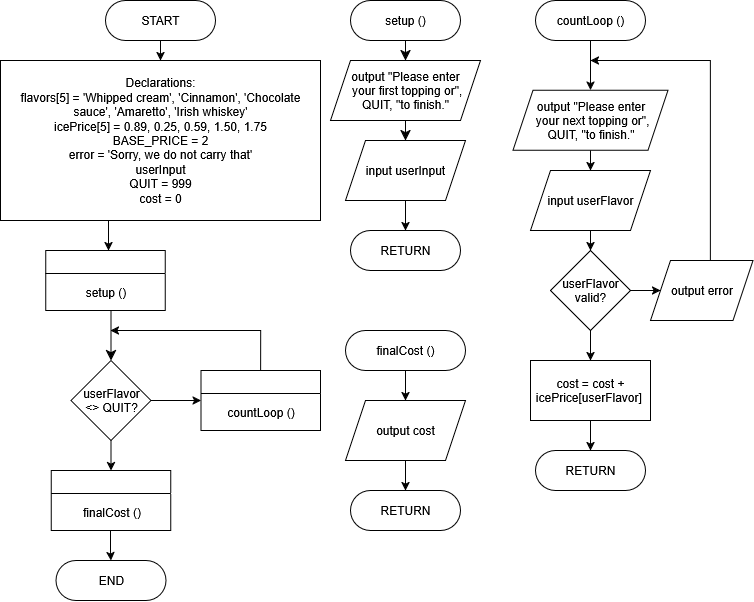
This is Module 7 - Arrays Exercise 2 - Connor Bowles.drawio.png from CBowles10/SDEV_120_FALL2025_CBOWLES, a draw.io export, as it was before one commit. Source tidied: cells renumbered, new cells last; positions are measured from the earlier drawing's top-left corner, leaving out a move shared by most shapes.
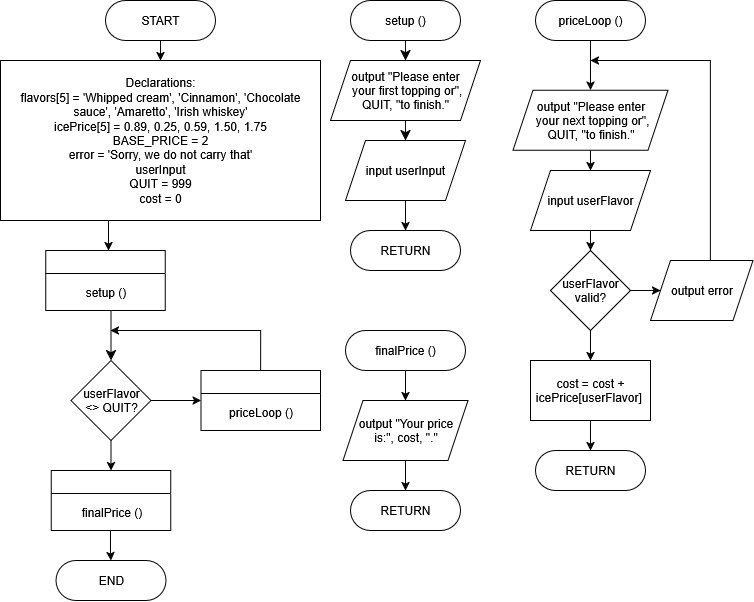
After the change.

What changed in the source:
```diff
@@ -28,7 +28,7 @@
     <mxCell id="7" style="swimlane;whiteSpace=wrap;html=1;" parent="1" vertex="1">
       <mxGeometry x="200.5" y="370" width="119.5" height="60" as="geometry" />
     </mxCell>
-    <mxCell id="8" value="&lt;font style=&quot;font-size: 12px;&quot;&gt;countLoop ()&lt;/font&gt;" style="text;html=1;align=center;verticalAlign=middle;strokeColor=none;fillColor=none;fontSize=16;" parent="7" vertex="1">
+    <mxCell id="8" value="&lt;font style=&quot;font-size: 12px;&quot;&gt;priceLoop ()&lt;/font&gt;" style="text;html=1;align=center;verticalAlign=middle;strokeColor=none;fillColor=none;fontSize=16;" parent="7" vertex="1">
       <mxGeometry x="14.8" y="25" width="90" height="30" as="geometry" />
     </mxCell>
     <mxCell id="9" style="edgeStyle=none;curved=1;rounded=0;jettySize=auto;html=1;fontSize=12;startSize=8;endSize=8;entryX=0.5;entryY=0;entryDx=0;entryDy=0;" parent="1" edge="1" target="15">
@@ -78,7 +78,7 @@
     <mxCell id="23" style="edgeStyle=orthogonalEdgeStyle;rounded=0;jettySize=auto;html=1;" parent="1" edge="1" source="24" target="26">
       <mxGeometry relative="1" as="geometry" />
     </mxCell>
-    <mxCell id="24" value="countLoop ()" style="rounded=1;whiteSpace=wrap;html=1;arcSize=50;" parent="1" vertex="1">
+    <mxCell id="24" value="priceLoop ()" style="rounded=1;whiteSpace=wrap;html=1;arcSize=50;" parent="1" vertex="1">
       <mxGeometry x="535" width="110" height="40" as="geometry" />
     </mxCell>
     <mxCell id="25" style="edgeStyle=orthogonalEdgeStyle;rounded=0;jettySize=auto;html=1;exitX=0.5;exitY=1;exitDx=0;exitDy=0;entryX=0.5;entryY=0;entryDx=0;entryDy=0;" parent="1" edge="1" source="26" target="28">
@@ -131,7 +131,7 @@
     <mxCell id="38" style="swimlane;whiteSpace=wrap;html=1;" parent="1" vertex="1">
       <mxGeometry x="50.8" y="470" width="119.5" height="60" as="geometry" />
     </mxCell>
-    <mxCell id="39" value="&lt;font style=&quot;font-size: 12px;&quot;&gt;finalCost ()&lt;/font&gt;" style="text;html=1;align=center;verticalAlign=middle;strokeColor=none;fillColor=none;fontSize=16;" parent="38" vertex="1">
+    <mxCell id="39" value="&lt;font style=&quot;font-size: 12px;&quot;&gt;finalPrice ()&lt;/font&gt;" style="text;html=1;align=center;verticalAlign=middle;strokeColor=none;fillColor=none;fontSize=16;" parent="38" vertex="1">
       <mxGeometry x="19.8" y="25" width="80" height="30" as="geometry" />
     </mxCell>
     <mxCell id="40" style="edgeStyle=orthogonalEdgeStyle;rounded=0;jettySize=auto;html=1;" parent="1" edge="1" target="12">
@@ -142,14 +142,14 @@
     <mxCell id="41" style="edgeStyle=orthogonalEdgeStyle;rounded=0;jettySize=auto;html=1;exitX=0.5;exitY=1;exitDx=0;exitDy=0;entryX=0.5;entryY=0;entryDx=0;entryDy=0;" parent="1" edge="1" source="42" target="44">
       <mxGeometry relative="1" as="geometry" />
     </mxCell>
-    <mxCell id="42" value="finalCost ()" style="rounded=1;whiteSpace=wrap;html=1;arcSize=50;" parent="1" vertex="1">
+    <mxCell id="42" value="finalPrice ()" style="rounded=1;whiteSpace=wrap;html=1;arcSize=50;" parent="1" vertex="1">
       <mxGeometry x="345" y="330" width="120" height="40" as="geometry" />
     </mxCell>
     <mxCell id="43" style="edgeStyle=orthogonalEdgeStyle;rounded=0;jettySize=auto;html=1;" parent="1" edge="1" source="44" target="45">
       <mxGeometry relative="1" as="geometry" />
     </mxCell>
-    <mxCell id="44" value="output cost" style="shape=parallelogram;perimeter=parallelogramPerimeter;whiteSpace=wrap;html=1;fixedSize=1;" parent="1" vertex="1">
-      <mxGeometry x="345" y="400" width="120" height="60" as="geometry" />
+    <mxCell id="44" value="output &quot;Your price&lt;br&gt;is:&quot;, cost, &quot;.&quot;" style="shape=parallelogram;perimeter=parallelogramPerimeter;whiteSpace=wrap;html=1;fixedSize=1;" parent="1" vertex="1">
+      <mxGeometry x="342.5" y="400" width="125" height="60" as="geometry" />
     </mxCell>
     <mxCell id="45" value="RETURN" style="rounded=1;whiteSpace=wrap;html=1;arcSize=50;" parent="1" vertex="1">
       <mxGeometry x="350" y="490" width="110" height="40" as="geometry" />
```
